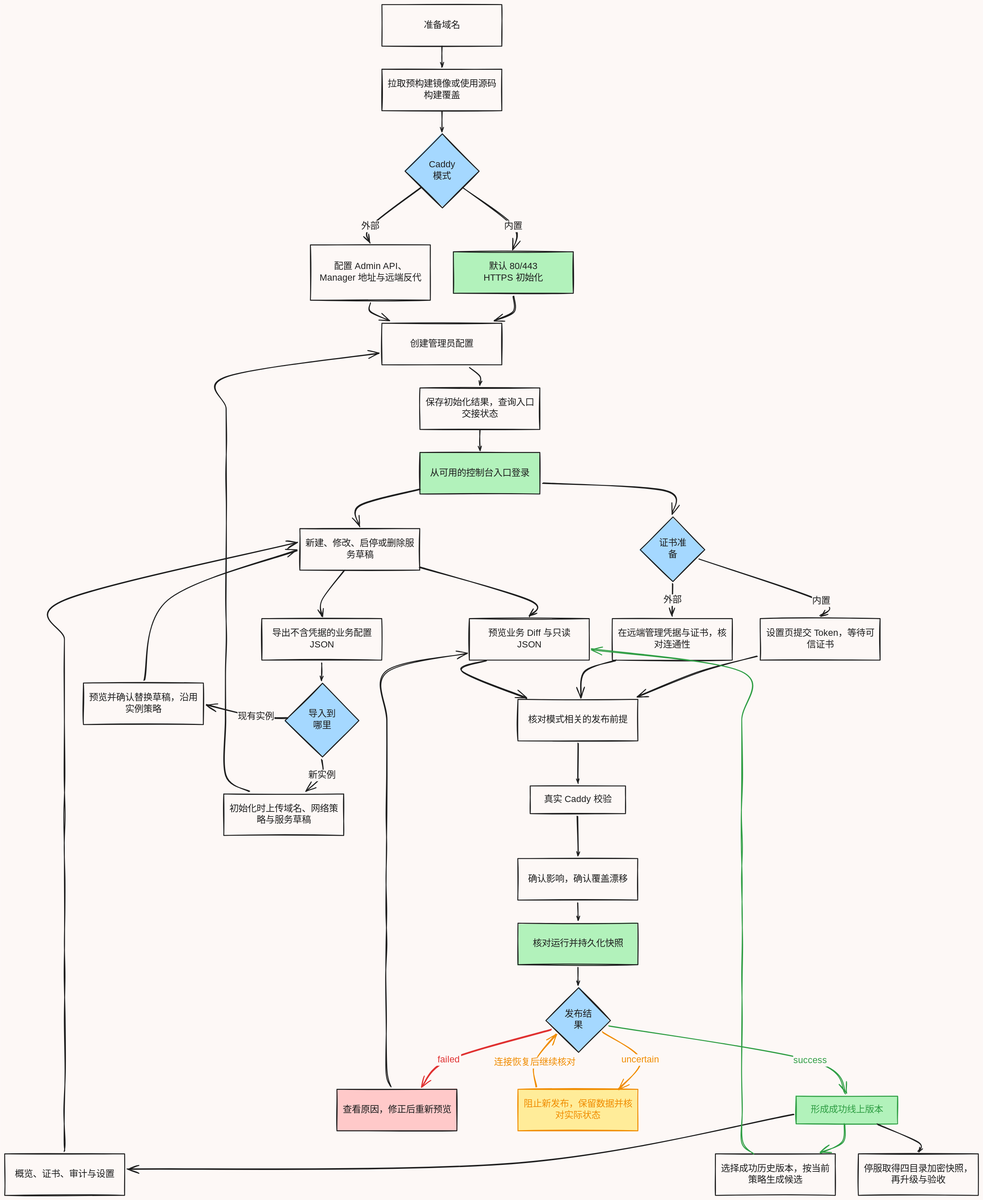
Above: docs/static/caddy_admin.excalidraw.svg in gofxq/caddy_admin (Excalidraw), before the change. Source tidied: one line per element, renumbered; positions are measured from the earlier drawing's top-left corner, leaving out a move shared by most shapes.
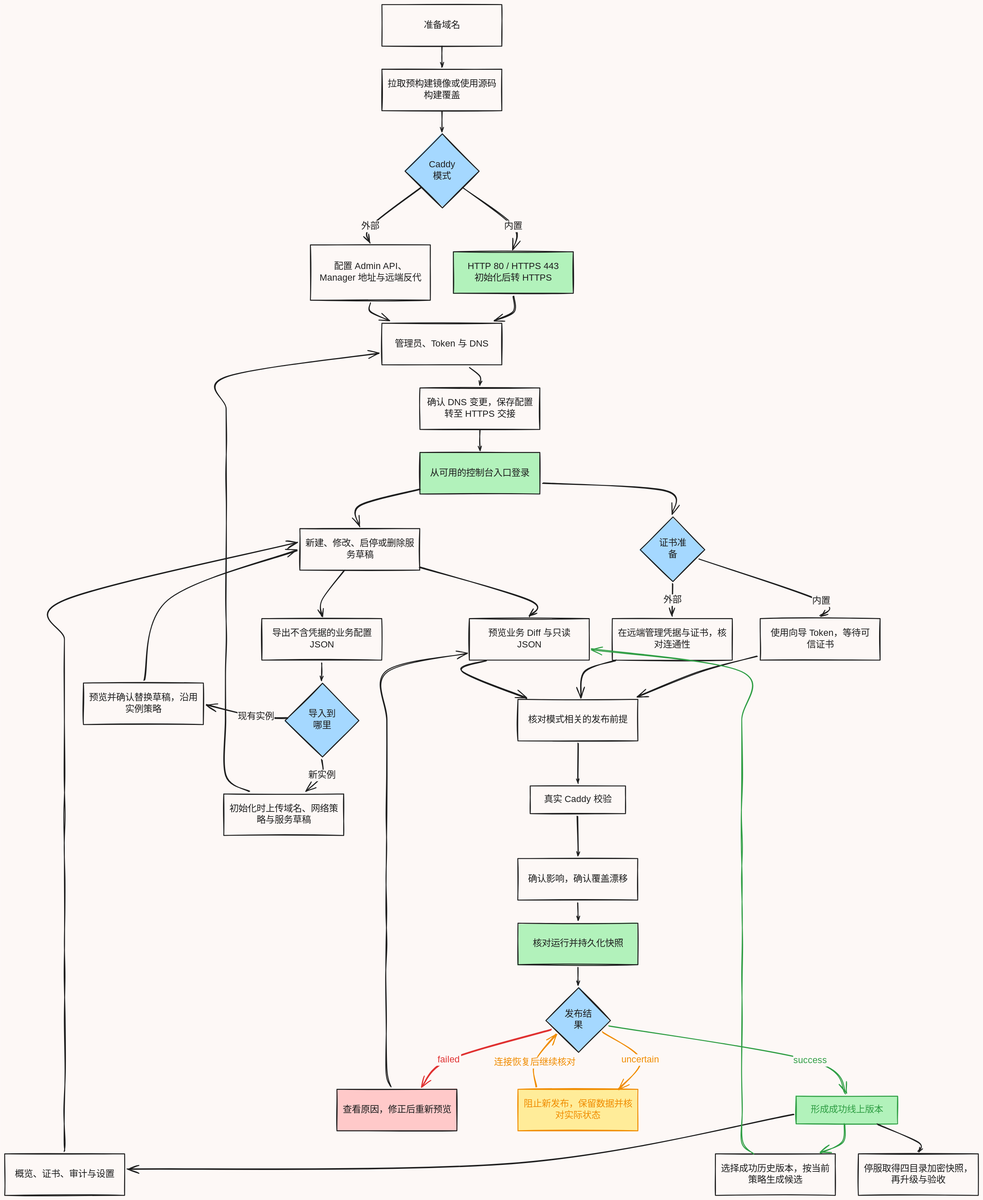
Later version of the same file.

Diff of the diagram source:
```diff
@@ -64,14 +64,14 @@
 {"id": 63, "type": "text", "text": "准备域名", "strokeColor": "#1e1e1e", "strokeWidth": 2, "roughness": 1, "fontSize": 20, "fontFamily": 5, "textAlign": "center", "verticalAlign": "middle", "inside": 0, "x": 908, "y": 32, "width": 80, "height": 25}
 {"id": 64, "type": "text", "text": "拉取预构建镜像或使用源码\n构建覆盖", "strokeColor": "#1e1e1e", "strokeWidth": 2, "roughness": 1, "fontSize": 20, "fontFamily": 5, "textAlign": "center", "verticalAlign": "middle", "inside": 1, "x": 828, "y": 160, "width": 240, "height": 50}
 {"id": 65, "type": "text", "text": "Caddy\n模式", "strokeColor": "#1e1e1e", "strokeWidth": 2, "roughness": 1, "fontSize": 20, "fontFamily": 5, "textAlign": "center", "verticalAlign": "middle", "inside": 2, "x": 919, "y": 335, "width": 59, "height": 50}
-{"id": 66, "type": "text", "text": "默认 80/443\nHTTPS 初始化", "strokeColor": "#1e1e1e", "strokeWidth": 2, "roughness": 1, "fontSize": 20, "fontFamily": 5, "textAlign": "center", "verticalAlign": "middle", "inside": 3, "x": 1033, "y": 556, "width": 140, "height": 50}
+{"id": 66, "type": "text", "text": "HTTP 80 / HTTPS 443\n初始化后转 HTTPS", "strokeColor": "#1e1e1e", "strokeWidth": 2, "roughness": 1, "fontSize": 20, "fontFamily": 5, "textAlign": "center", "verticalAlign": "middle", "inside": 3, "x": 1033, "y": 556, "width": 140, "height": 50}
 {"id": 67, "type": "text", "text": "配置 Admin API、\nManager 地址与远端反代", "strokeColor": "#1e1e1e", "strokeWidth": 2, "roughness": 1, "fontSize": 20, "fontFamily": 5, "textAlign": "center", "verticalAlign": "middle", "inside": 4, "x": 679, "y": 556, "width": 227, "height": 50}
-{"id": 68, "type": "text", "text": "创建管理员配置", "strokeColor": "#1e1e1e", "strokeWidth": 2, "roughness": 1, "fontSize": 20, "fontFamily": 5, "textAlign": "center", "verticalAlign": "middle", "inside": 5, "x": 878, "y": 723, "width": 140, "height": 25}
+{"id": 68, "type": "text", "text": "管理员、Token 与 DNS", "strokeColor": "#1e1e1e", "strokeWidth": 2, "roughness": 1, "fontSize": 20, "fontFamily": 5, "textAlign": "center", "verticalAlign": "middle", "inside": 5, "x": 878, "y": 723, "width": 140, "height": 25}
-{"id": 69, "type": "text", "text": "保存初始化结果，查询入口\n交接状态", "strokeColor": "#1e1e1e", "strokeWidth": 2, "roughness": 1, "fontSize": 20, "fontFamily": 5, "textAlign": "center", "verticalAlign": "middle", "inside": 6, "x": 910, "y": 851, "width": 240, "height": 50}
+{"id": 69, "type": "text", "text": "确认 DNS 变更，保存配置\n转至 HTTPS 交接", "strokeColor": "#1e1e1e", "strokeWidth": 2, "roughness": 1, "fontSize": 20, "fontFamily": 5, "textAlign": "center", "verticalAlign": "middle", "inside": 6, "x": 910, "y": 851, "width": 240, "height": 50}
 {"id": 70, "type": "text", "text": "从可用的控制台入口登录", "strokeColor": "#1e1e1e", "strokeWidth": 2, "roughness": 1, "fontSize": 20, "fontFamily": 5, "textAlign": "center", "verticalAlign": "middle", "inside": 7, "x": 920, "y": 1003, "width": 220, "height": 25}
 {"id": 71, "type": "text", "text": "新建、修改、启停或删除服\n务草稿", "strokeColor": "#1e1e1e", "strokeWidth": 2, "roughness": 1, "fontSize": 20, "fontFamily": 5, "textAlign": "center", "verticalAlign": "middle", "inside": 8, "x": 650, "y": 1156, "width": 240, "height": 50}
 {"id": 72, "type": "text", "text": "证书准\n备", "strokeColor": "#1e1e1e", "strokeWidth": 2, "roughness": 1, "fontSize": 20, "fontFamily": 5, "textAlign": "center", "verticalAlign": "middle", "inside": 9, "x": 1418, "y": 1155, "width": 60, "height": 50}
-{"id": 73, "type": "text", "text": "设置页提交 Token，等待可\n信证书", "strokeColor": "#1e1e1e", "strokeWidth": 2, "roughness": 1, "fontSize": 20, "fontFamily": 5, "textAlign": "center", "verticalAlign": "middle", "inside": 10, "x": 1645, "y": 1351, "width": 247, "height": 50}
+{"id": 73, "type": "text", "text": "使用向导 Token，等待可\n信证书", "strokeColor": "#1e1e1e", "strokeWidth": 2, "roughness": 1, "fontSize": 20, "fontFamily": 5, "textAlign": "center", "verticalAlign": "middle", "inside": 10, "x": 1645, "y": 1351, "width": 247, "height": 50}
 {"id": 74, "type": "text", "text": "在远端管理凭据与证书，核\n对连通性", "strokeColor": "#1e1e1e", "strokeWidth": 2, "roughness": 1, "fontSize": 20, "fontFamily": 5, "textAlign": "center", "verticalAlign": "middle", "inside": 11, "x": 1328, "y": 1351, "width": 240, "height": 50}
 {"id": 75, "type": "text", "text": "核对模式相关的发布前提", "strokeColor": "#1e1e1e", "strokeWidth": 2, "roughness": 1, "fontSize": 20, "fontFamily": 5, "textAlign": "center", "verticalAlign": "middle", "inside": 12, "x": 1133, "y": 1538, "width": 220, "height": 25}
 {"id": 76, "type": "text", "text": "预览业务 Diff 与只读\nJSON", "strokeColor": "#1e1e1e", "strokeWidth": 2, "roughness": 1, "fontSize": 20, "fontFamily": 5, "textAlign": "center", "verticalAlign": "middle", "inside": 13, "x": 1040, "y": 1351, "width": 195, "height": 50}
```
